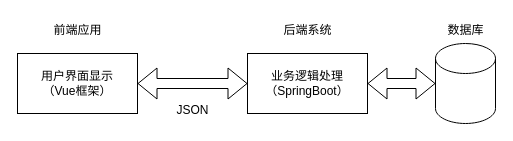
This is examinationSystemVue/src/4-1-1.drawio from Sakeyuan/Web-ExaminationSystem, a draw.io file, before an edit. Source tidied: cells renumbered, new cells numbered last; positions are measured from the earlier drawing's top-left corner, leaving out a move shared by most shapes. Both pictures are drawn from the tidied source at 100%, with x=0, y=0 at pixel (17, 17).
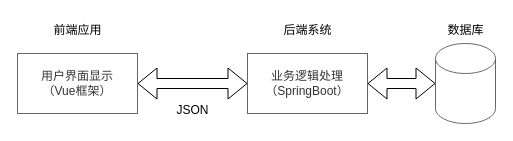
Above is the later version.

Change to the diagram source:
```diff
@@
 <mxGraphModel background="#ffffff">
   <root>
     <mxCell id="0" />
     <mxCell id="1" parent="0" />
-    <mxCell id="2" value="用户界面显示&lt;br&gt;（Vue框架）" style="rounded=0;whiteSpace=wrap;html=1;" parent="1" vertex="1">
+    <mxCell id="2" value="用户界面显示&lt;br&gt;（Vue框架）" style="rounded=0;whiteSpace=wrap;html=1;fillColor=#FFFFFF;strokeColor=#666666;fontColor=#333333;" parent="1" vertex="1">
       <mxGeometry y="36" width="120" height="60" as="geometry" />
     </mxCell>
-    <mxCell id="3" value="业务逻辑处理&lt;br&gt;（SpringBoot）" style="rounded=0;whiteSpace=wrap;html=1;" parent="1" vertex="1">
+    <mxCell id="3" value="业务逻辑处理&lt;br&gt;（SpringBoot）" style="rounded=0;whiteSpace=wrap;html=1;fillColor=#FFFFFF;fontColor=#333333;strokeColor=#666666;" parent="1" vertex="1">
       <mxGeometry x="230" y="36" width="120" height="60" as="geometry" />
     </mxCell>
     <mxCell id="4" value="前端应用" style="text;html=1;align=center;verticalAlign=middle;strokeColor=none;fillColor=none;fontColor=#000000;" parent="1" vertex="1">
       <mxGeometry x="27" width="66" height="26" as="geometry" />
     </mxCell>
     <mxCell id="5" value="后端系统" style="text;html=1;align=center;verticalAlign=middle;strokeColor=none;fillColor=none;fontColor=#000000;" parent="1" vertex="1">
       <mxGeometry x="257" width="66" height="26" as="geometry" />
     </mxCell>
     <mxCell id="6" value="JSON" style="text;html=1;align=center;verticalAlign=middle;strokeColor=none;fillColor=none;fontColor=#000000;" parent="1" vertex="1">
       <mxGeometry x="150" y="80" width="50" height="26" as="geometry" />
     </mxCell>
     <mxCell id="7" style="shape=flexArrow;endArrow=classic;startArrow=classic;html=1;entryX=0;entryY=0.5;entryDx=0;entryDy=0;exitX=1;exitY=0.5;exitDx=0;exitDy=0;fontColor=#000000;strokeColor=#000000;" parent="1" edge="1" source="2" target="3">
       <mxGeometry relative="1" as="geometry" />
     </mxCell>
     <mxCell id="8" style="shape=flexArrow;endArrow=classic;startArrow=classic;html=1;exitX=1;exitY=0.5;exitDx=0;exitDy=0;fontColor=#000000;strokeColor=#000000;entryX=0;entryY=0.5;entryDx=0;entryDy=0;entryPerimeter=0;" parent="1" edge="1" source="3" target="9">
       <mxGeometry relative="1" as="geometry" />
     </mxCell>
-    <mxCell id="9" style="shape=cylinder3;whiteSpace=wrap;html=1;boundedLbl=1;backgroundOutline=1;size=15;" parent="1" vertex="1">
+    <mxCell id="9" style="shape=cylinder3;whiteSpace=wrap;html=1;boundedLbl=1;backgroundOutline=1;size=15;fillColor=#FFFFFF;fontColor=#333333;strokeColor=#666666;" parent="1" vertex="1">
       <mxGeometry x="418" y="26" width="60" height="80" as="geometry" />
     </mxCell>
     <mxCell id="10" value="数据库" style="text;html=1;align=center;verticalAlign=middle;strokeColor=none;fillColor=none;fontColor=#000000;" parent="1" vertex="1">
       <mxGeometry x="421" width="54" height="26" as="geometry" />
     </mxCell>
   </root>
 </mxGraphModel>
```
